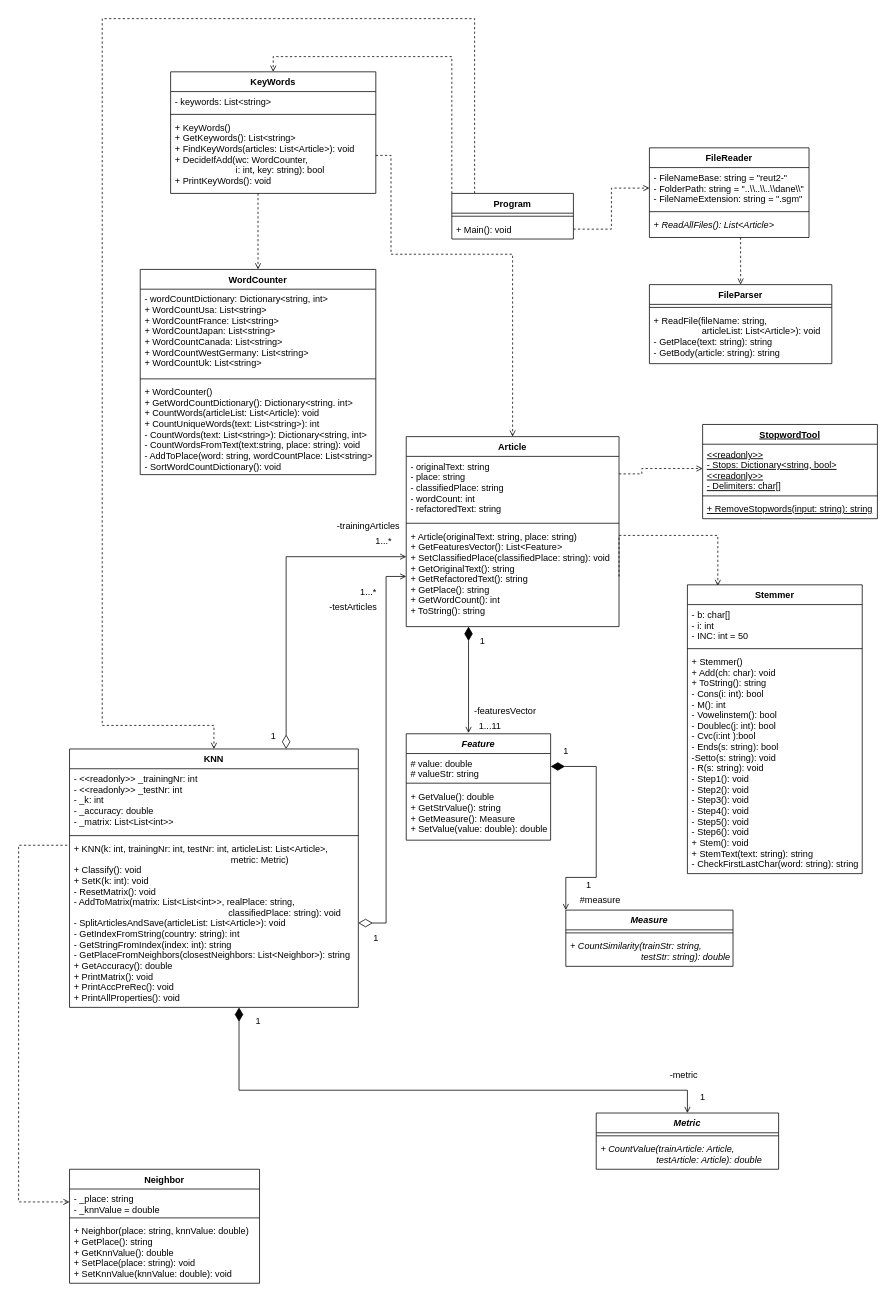
The draw.io diagram Sprawozdanie_zad1/uml/uml (1).drawio in Bonniu/KSR, before the edit. Source tidied: cells renumbered, new cells numbered last; positions are measured from the earlier drawing's top-left corner, leaving out a move shared by most shapes. Both pictures are drawn from the tidied source at 76%, with x=0, y=0 at pixel (18, 18).
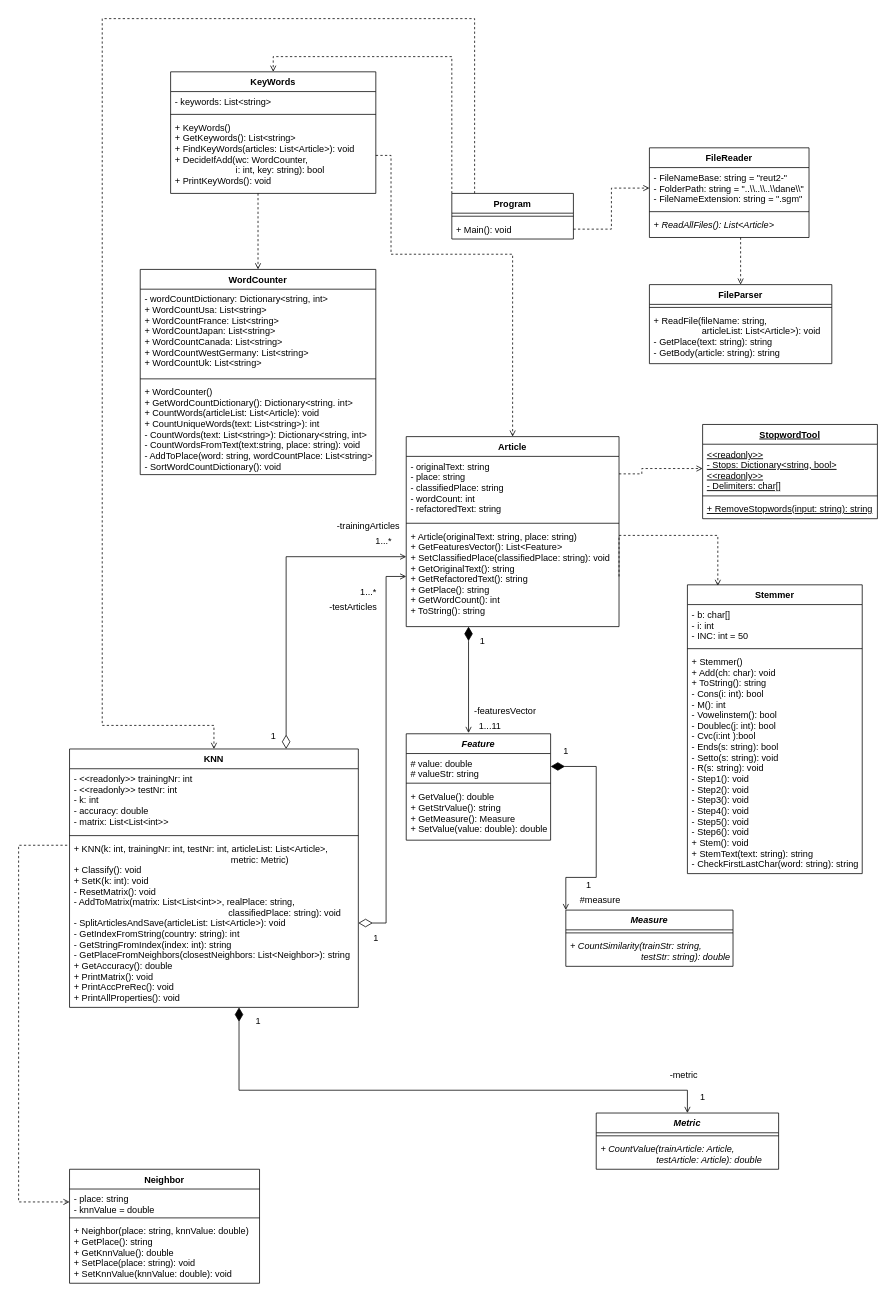
The same page after the edit.

Unchanged cells that the change refers to:
```xml
<mxCell id="64" value="Neighbor" style="swimlane;fontStyle=1;align=center;verticalAlign=top;horizontal=1;startSize=26;" parent="1" vertex="1">
  <mxGeometry x="67" y="1514" width="250" height="150" as="geometry" />
</mxCell>
<mxCell id="68" value="KNN" style="swimlane;fontStyle=1;align=center;verticalAlign=top;horizontal=1;startSize=26;" parent="1" vertex="1">
  <mxGeometry x="67" y="961" width="380" height="340" as="geometry" />
</mxCell>
<mxCell id="75" value="Stemmer" style="swimlane;fontStyle=1;align=center;verticalAlign=top;horizontal=1;startSize=26;" parent="1" vertex="1">
  <mxGeometry x="880" y="745" width="230" height="380" as="geometry" />
</mxCell>
```

What changed in the source:
```diff
@@
-    <mxCell id="65" value="- _place: string&#10;- _knnValue = double" style="text;strokeColor=none;fillColor=none;align=left;verticalAlign=top;spacingLeft=4;spacingRight=4;overflow=hidden;points=[[0,0.5],[1,0.5]];portConstraint=eastwest;" parent="64" vertex="1">
+    <mxCell id="65" value="- place: string&#10;- knnValue = double" style="text;strokeColor=none;fillColor=none;align=left;verticalAlign=top;spacingLeft=4;spacingRight=4;overflow=hidden;points=[[0,0.5],[1,0.5]];portConstraint=eastwest;" parent="64" vertex="1">
       <mxGeometry y="26" width="250" height="34" as="geometry" />
     </mxCell>
@@
-    <mxCell id="69" value="- &lt;&lt;readonly&gt;&gt; _trainingNr: int&#10;- &lt;&lt;readonly&gt;&gt; _testNr: int&#10;- _k: int&#10;- _accuracy: double&#10;- _matrix: List&lt;List&lt;int&gt;&gt;" style="text;strokeColor=none;fillColor=none;align=left;verticalAlign=top;spacingLeft=4;spacingRight=4;overflow=hidden;" parent="68" vertex="1">
+    <mxCell id="69" value="- &lt;&lt;readonly&gt;&gt; trainingNr: int&#10;- &lt;&lt;readonly&gt;&gt; testNr: int&#10;- k: int&#10;- accuracy: double&#10;- matrix: List&lt;List&lt;int&gt;&gt;" style="text;strokeColor=none;fillColor=none;align=left;verticalAlign=top;spacingLeft=4;spacingRight=4;overflow=hidden;" parent="68" vertex="1">
       <mxGeometry y="26" width="380" height="84" as="geometry" />
     </mxCell>
@@
-    <mxCell id="78" value="+ Stemmer()&#10;+ Add(ch: char): void&#10;+ ToString(): string&#10;- Cons(i: int): bool&#10;- M(): int&#10;- Vowelinstem(): bool&#10;- Doublec(j: int): bool&#10;- Cvc(i:int ):bool&#10;- Ends(s: string): bool&#10;-Setto(s: string): void&#10;- R(s: string): void&#10;- Step1(): void&#10;- Step2(): void&#10;- Step3(): void&#10;- Step4(): void&#10;- Step5(): void&#10;- Step6(): void&#10;+ Stem(): void&#10;+ StemText(text: string): string&#10;- CheckFirstLastChar(word: string): string" style="text;strokeColor=none;fillColor=none;align=left;verticalAlign=top;spacingLeft=4;spacingRight=4;overflow=hidden;" parent="75" vertex="1">
+    <mxCell id="78" value="+ Stemmer()&#10;+ Add(ch: char): void&#10;+ ToString(): string&#10;- Cons(i: int): bool&#10;- M(): int&#10;- Vowelinstem(): bool&#10;- Doublec(j: int): bool&#10;- Cvc(i:int ):bool&#10;- Ends(s: string): bool&#10;- Setto(s: string): void&#10;- R(s: string): void&#10;- Step1(): void&#10;- Step2(): void&#10;- Step3(): void&#10;- Step4(): void&#10;- Step5(): void&#10;- Step6(): void&#10;+ Stem(): void&#10;+ StemText(text: string): string&#10;- CheckFirstLastChar(word: string): string" style="text;strokeColor=none;fillColor=none;align=left;verticalAlign=top;spacingLeft=4;spacingRight=4;overflow=hidden;" parent="75" vertex="1">
       <mxGeometry y="88" width="230" height="292" as="geometry" />
     </mxCell>
```
